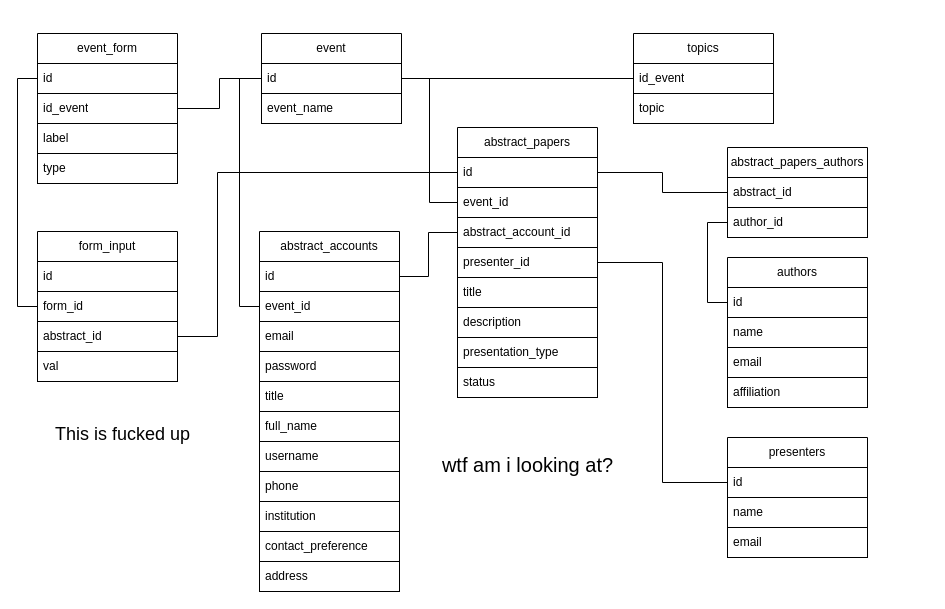
The draw.io diagram notes/classDiagram.drawio.xml in LaughingOracle/abstrak, before the edit. Source tidied: cells renumbered, new cells numbered last; positions are measured from the earlier drawing's top-left corner, leaving out a move shared by most shapes. Both pictures are drawn from the tidied source at 100%, with x=0, y=0 at pixel (27, 33).
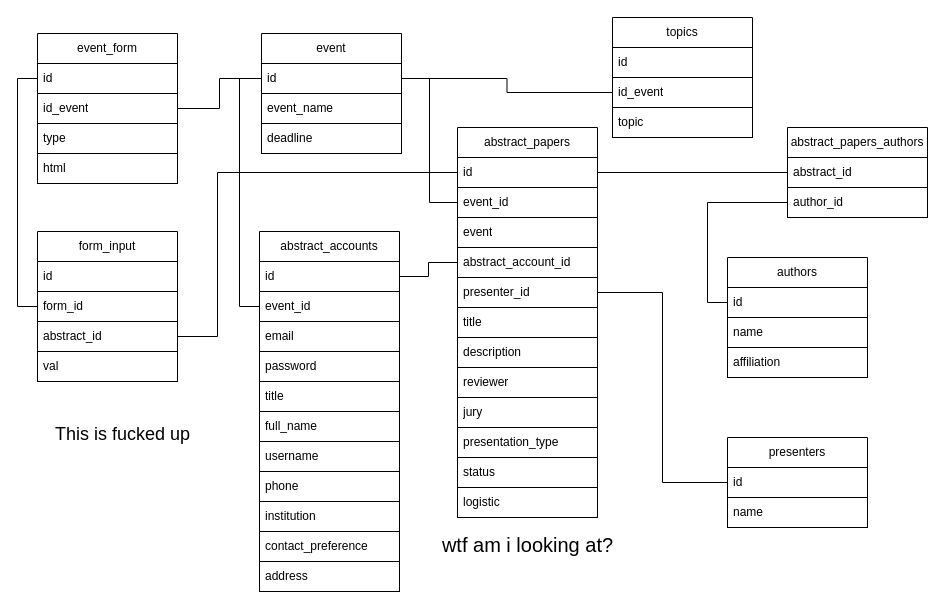
The same page after the edit.

The change refers to these unchanged cells:
```xml
<mxCell id="51" value="event_form" style="swimlane;fontStyle=0;horizontal=1;startSize=30;whiteSpace=wrap;html=1;" parent="1" vertex="1">
  <mxGeometry x="10" width="140" height="150" as="geometry" />
</mxCell>
```

Diff of the diagram source:
```diff
@@
     <mxCell id="14" value="abstract_papers" style="swimlane;fontStyle=0;horizontal=1;startSize=30;whiteSpace=wrap;html=1;" parent="1" vertex="1">
-      <mxGeometry x="430" y="94" width="140" height="270" as="geometry" />
+      <mxGeometry x="430" y="94" width="140" height="390" as="geometry" />
     </mxCell>
@@
+    <mxCell id="66" value="event" style="text;strokeColor=default;fillColor=none;align=left;verticalAlign=middle;spacingLeft=4;spacingRight=4;overflow=hidden;whiteSpace=wrap;html=1;" parent="14" vertex="1">
+      <mxGeometry y="90" width="140" height="30" as="geometry" />
+    </mxCell>
     <mxCell id="17" value="abstract_account_id" style="text;strokeColor=default;fillColor=none;align=left;verticalAlign=middle;spacingLeft=4;spacingRight=4;overflow=hidden;points=[[0,0.5],[1,0.5]];portConstraint=eastwest;whiteSpace=wrap;html=1;" parent="14" vertex="1">
-      <mxGeometry y="90" width="140" height="30" as="geometry" />
+      <mxGeometry y="120" width="140" height="30" as="geometry" />
     </mxCell>
     <mxCell id="18" value="presenter_id" style="text;strokeColor=default;fillColor=none;align=left;verticalAlign=middle;spacingLeft=4;spacingRight=4;overflow=hidden;points=[[0,0.5],[1,0.5]];portConstraint=eastwest;whiteSpace=wrap;html=1;" parent="14" vertex="1">
-      <mxGeometry y="120" width="140" height="30" as="geometry" />
+      <mxGeometry y="150" width="140" height="30" as="geometry" />
     </mxCell>
     <mxCell id="19" value="title" style="text;strokeColor=default;fillColor=none;align=left;verticalAlign=middle;spacingLeft=4;spacingRight=4;overflow=hidden;whiteSpace=wrap;html=1;" parent="14" vertex="1">
-      <mxGeometry y="150" width="140" height="30" as="geometry" />
+      <mxGeometry y="180" width="140" height="30" as="geometry" />
     </mxCell>
     <mxCell id="20" value="description" style="text;strokeColor=default;fillColor=none;align=left;verticalAlign=middle;spacingLeft=4;spacingRight=4;overflow=hidden;whiteSpace=wrap;html=1;" parent="14" vertex="1">
-      <mxGeometry y="180" width="140" height="30" as="geometry" />
+      <mxGeometry y="210" width="140" height="30" as="geometry" />
     </mxCell>
+    <mxCell id="67" value="reviewer" style="text;strokeColor=default;fillColor=none;align=left;verticalAlign=middle;spacingLeft=4;spacingRight=4;overflow=hidden;whiteSpace=wrap;html=1;" parent="14" vertex="1">
+      <mxGeometry y="240" width="140" height="30" as="geometry" />
+    </mxCell>
+    <mxCell id="68" value="jury" style="text;strokeColor=default;fillColor=none;align=left;verticalAlign=middle;spacingLeft=4;spacingRight=4;overflow=hidden;whiteSpace=wrap;html=1;" parent="14" vertex="1">
+      <mxGeometry y="270" width="140" height="30" as="geometry" />
+    </mxCell>
     <mxCell id="21" value="presentation_type" style="text;strokeColor=default;fillColor=none;align=left;verticalAlign=middle;spacingLeft=4;spacingRight=4;overflow=hidden;whiteSpace=wrap;html=1;" parent="14" vertex="1">
-      <mxGeometry y="210" width="140" height="30" as="geometry" />
+      <mxGeometry y="300" width="140" height="30" as="geometry" />
     </mxCell>
     <mxCell id="22" value="status" style="text;strokeColor=default;fillColor=none;align=left;verticalAlign=middle;spacingLeft=4;spacingRight=4;overflow=hidden;whiteSpace=wrap;html=1;" parent="14" vertex="1">
-      <mxGeometry y="240" width="140" height="30" as="geometry" />
+      <mxGeometry y="330" width="140" height="30" as="geometry" />
     </mxCell>
+    <mxCell id="69" value="logistic" style="text;strokeColor=default;fillColor=none;align=left;verticalAlign=middle;spacingLeft=4;spacingRight=4;overflow=hidden;whiteSpace=wrap;html=1;" parent="14" vertex="1">
+      <mxGeometry y="360" width="140" height="30" as="geometry" />
+    </mxCell>
     <mxCell id="23" value="authors" style="swimlane;fontStyle=0;horizontal=1;startSize=30;whiteSpace=wrap;html=1;" parent="1" vertex="1">
-      <mxGeometry x="700" y="224" width="140" height="150" as="geometry" />
+      <mxGeometry x="700" y="224" width="140" height="120" as="geometry" />
     </mxCell>
@@
-    <mxCell id="26" value="email" style="text;strokeColor=default;fillColor=none;align=left;verticalAlign=middle;spacingLeft=4;spacingRight=4;overflow=hidden;whiteSpace=wrap;html=1;" parent="23" vertex="1">
-      <mxGeometry y="90" width="140" height="30" as="geometry" />
-    </mxCell>
     <mxCell id="27" value="affiliation" style="text;strokeColor=default;fillColor=none;align=left;verticalAlign=middle;spacingLeft=4;spacingRight=4;overflow=hidden;whiteSpace=wrap;html=1;" parent="23" vertex="1">
-      <mxGeometry y="120" width="140" height="30" as="geometry" />
+      <mxGeometry y="90" width="140" height="30" as="geometry" />
     </mxCell>
     <mxCell id="28" value="presenters" style="swimlane;fontStyle=0;horizontal=1;startSize=30;whiteSpace=wrap;html=1;" parent="1" vertex="1">
-      <mxGeometry x="700" y="404" width="140" height="120" as="geometry" />
+      <mxGeometry x="700" y="404" width="140" height="90" as="geometry" />
     </mxCell>
@@
-    <mxCell id="31" value="email" style="text;strokeColor=default;fillColor=none;align=left;verticalAlign=middle;spacingLeft=4;spacingRight=4;overflow=hidden;whiteSpace=wrap;html=1;" parent="28" vertex="1">
-      <mxGeometry y="90" width="140" height="30" as="geometry" />
-    </mxCell>
@@
     <mxCell id="33" value="abstract_papers_authors" style="swimlane;fontStyle=0;horizontal=1;startSize=30;whiteSpace=wrap;html=1;" parent="1" vertex="1">
-      <mxGeometry x="700" y="114" width="140" height="90" as="geometry" />
+      <mxGeometry x="760" y="94" width="140" height="90" as="geometry" />
     </mxCell>
@@
     <mxCell id="41" value="event" style="swimlane;fontStyle=0;horizontal=1;startSize=30;whiteSpace=wrap;html=1;" parent="1" vertex="1">
-      <mxGeometry x="234" width="140" height="90" as="geometry" />
+      <mxGeometry x="234" width="140" height="120" as="geometry" />
     </mxCell>
@@
+    <mxCell id="70" value="deadline" style="text;strokeColor=default;fillColor=none;align=left;verticalAlign=middle;spacingLeft=4;spacingRight=4;overflow=hidden;whiteSpace=wrap;html=1;" parent="41" vertex="1">
+      <mxGeometry y="90" width="140" height="30" as="geometry" />
+    </mxCell>
     <mxCell id="44" value="topics" style="swimlane;fontStyle=0;horizontal=1;startSize=30;whiteSpace=wrap;html=1;" parent="1" vertex="1">
-      <mxGeometry x="606" width="140" height="90" as="geometry" />
+      <mxGeometry x="585" y="-16" width="140" height="120" as="geometry" />
     </mxCell>
+    <mxCell id="71" value="id" style="text;strokeColor=default;fillColor=none;align=left;verticalAlign=middle;spacingLeft=4;spacingRight=4;overflow=hidden;whiteSpace=wrap;html=1;" parent="44" vertex="1">
+      <mxGeometry y="30" width="140" height="30" as="geometry" />
+    </mxCell>
     <mxCell id="45" value="id_event" style="text;strokeColor=default;fillColor=none;align=left;verticalAlign=middle;spacingLeft=4;spacingRight=4;overflow=hidden;points=[[0,0.5],[1,0.5]];portConstraint=eastwest;whiteSpace=wrap;html=1;" parent="44" vertex="1">
-      <mxGeometry y="30" width="140" height="30" as="geometry" />
+      <mxGeometry y="60" width="140" height="30" as="geometry" />
     </mxCell>
     <mxCell id="46" value="topic" style="text;strokeColor=default;fillColor=none;align=left;verticalAlign=middle;spacingLeft=4;spacingRight=4;overflow=hidden;whiteSpace=wrap;html=1;" parent="44" vertex="1">
-      <mxGeometry y="60" width="140" height="30" as="geometry" />
+      <mxGeometry y="90" width="140" height="30" as="geometry" />
     </mxCell>
@@
     <mxCell id="49" value="&lt;font style=&quot;font-size: 20px;&quot;&gt;wtf am i looking at?&lt;/font&gt;" style="text;html=1;align=center;verticalAlign=middle;whiteSpace=wrap;rounded=0;" parent="1" vertex="1">
-      <mxGeometry x="404.5" y="384" width="191" height="94" as="geometry" />
+      <mxGeometry x="404.5" y="464" width="191" height="94" as="geometry" />
     </mxCell>
@@
-    <mxCell id="54" value="label" style="text;strokeColor=default;fillColor=none;align=left;verticalAlign=middle;spacingLeft=4;spacingRight=4;overflow=hidden;whiteSpace=wrap;html=1;" parent="51" vertex="1">
+    <mxCell id="54" value="type" style="text;strokeColor=default;fillColor=none;align=left;verticalAlign=middle;spacingLeft=4;spacingRight=4;overflow=hidden;whiteSpace=wrap;html=1;" parent="51" vertex="1">
       <mxGeometry y="90" width="140" height="30" as="geometry" />
     </mxCell>
-    <mxCell id="55" value="type" style="text;strokeColor=default;fillColor=none;align=left;verticalAlign=middle;spacingLeft=4;spacingRight=4;overflow=hidden;whiteSpace=wrap;html=1;" parent="51" vertex="1">
+    <mxCell id="55" value="html" style="text;strokeColor=default;fillColor=none;align=left;verticalAlign=middle;spacingLeft=4;spacingRight=4;overflow=hidden;whiteSpace=wrap;html=1;" parent="51" vertex="1">
       <mxGeometry y="120" width="140" height="30" as="geometry" />
     </mxCell>
```
